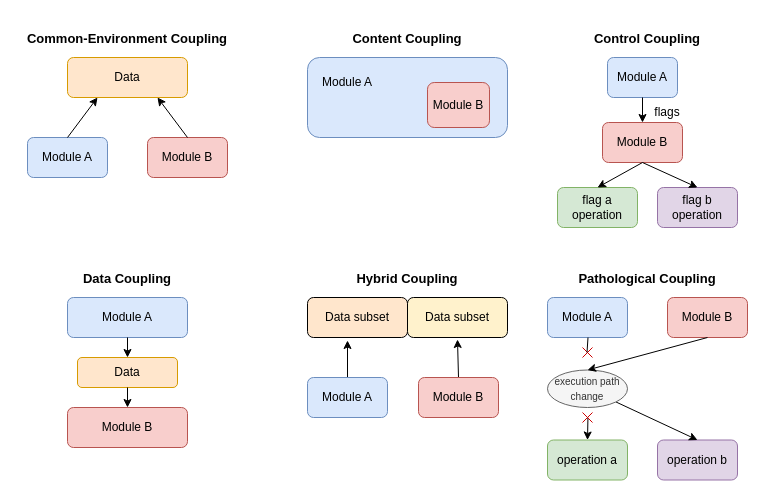
Above: notes/_media/module-coupling.drawio in lextoumbourou/notes (draw.io), before the change. Source tidied: cells renumbered, new cells numbered last; positions are measured from the earlier drawing's top-left corner, leaving out a move shared by most shapes. Both pictures are drawn from the tidied source at 100%, with x=0, y=0 at pixel (17, 17).
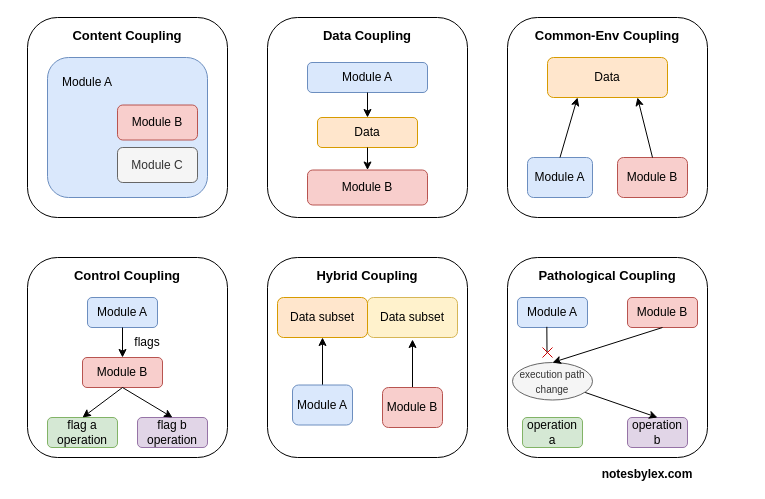
Above is the later version.

What changed in the source:
```diff
@@
+    <mxCell id="9" value="&lt;font style=&quot;font-size: 13px;&quot;&gt;Content Coupling&lt;/font&gt;" style="text;html=1;strokeColor=default;fillColor=none;align=center;verticalAlign=top;whiteSpace=wrap;rounded=1;fontSize=18;fontStyle=1;" parent="1" vertex="1">
+      <mxGeometry x="10" width="200" height="200" as="geometry" />
+    </mxCell>
+    <mxCell id="6" value="&lt;font style=&quot;font-size: 13px;&quot;&gt;Common-Env Coupling&lt;/font&gt;" style="text;html=1;strokeColor=default;fillColor=none;align=center;verticalAlign=top;whiteSpace=wrap;rounded=1;fontSize=18;fontStyle=1;" parent="1" vertex="1">
+      <mxGeometry x="490" width="200" height="200" as="geometry" />
+    </mxCell>
     <mxCell id="2" value="Module A" style="rounded=1;whiteSpace=wrap;html=1;fillColor=#dae8fc;strokeColor=#6c8ebf;" parent="1" vertex="1">
-      <mxGeometry x="10" y="120" width="80" height="40" as="geometry" />
+      <mxGeometry x="510" y="140" width="65" height="40" as="geometry" />
     </mxCell>
     <mxCell id="3" value="Module B" style="rounded=1;whiteSpace=wrap;html=1;fillColor=#f8cecc;strokeColor=#b85450;" parent="1" vertex="1">
-      <mxGeometry x="130" y="120" width="80" height="40" as="geometry" />
+      <mxGeometry x="600" y="140" width="70" height="40" as="geometry" />
     </mxCell>
@@
-    <mxCell id="6" value="&lt;font style=&quot;font-size: 13px;&quot;&gt;Common-Environment Coupling&lt;/font&gt;" style="text;html=1;strokeColor=none;fillColor=none;align=center;verticalAlign=middle;whiteSpace=wrap;rounded=0;fontSize=18;fontStyle=1;" parent="1" vertex="1">
-      <mxGeometry width="220" height="40" as="geometry" />
-    </mxCell>
     <mxCell id="7" value="Data" style="rounded=1;whiteSpace=wrap;html=1;fillColor=#ffe6cc;strokeColor=#d79b00;" parent="1" vertex="1">
-      <mxGeometry x="50" y="40" width="120" height="40" as="geometry" />
+      <mxGeometry x="530" y="40" width="120" height="40" as="geometry" />
     </mxCell>
     <mxCell id="8" style="rounded=1;whiteSpace=wrap;html=1;fillColor=#dae8fc;strokeColor=#6c8ebf;" parent="1" vertex="1">
-      <mxGeometry x="290" y="40" width="200" height="80" as="geometry" />
+      <mxGeometry x="30" y="40" width="160" height="140" as="geometry" />
     </mxCell>
-    <mxCell id="9" value="&lt;font style=&quot;font-size: 13px;&quot;&gt;Content Coupling&lt;/font&gt;" style="text;html=1;strokeColor=none;fillColor=none;align=center;verticalAlign=middle;whiteSpace=wrap;rounded=0;fontSize=18;fontStyle=1;" parent="1" vertex="1">
-      <mxGeometry x="290" width="200" height="40" as="geometry" />
-    </mxCell>
     <mxCell id="10" value="Module A" style="text;html=1;strokeColor=none;fillColor=none;align=center;verticalAlign=middle;whiteSpace=wrap;rounded=0;" parent="1" vertex="1">
-      <mxGeometry x="300" y="50" width="60" height="30" as="geometry" />
+      <mxGeometry x="40" y="50" width="60" height="30" as="geometry" />
     </mxCell>
     <mxCell id="11" value="Module B" style="rounded=1;whiteSpace=wrap;html=1;fillColor=#f8cecc;strokeColor=#b85450;" parent="1" vertex="1">
-      <mxGeometry x="410" y="65" width="62" height="45" as="geometry" />
+      <mxGeometry x="100" y="87.5" width="80" height="35" as="geometry" />
     </mxCell>
-    <mxCell id="12" value="&lt;font style=&quot;font-size: 13px;&quot;&gt;Control Coupling&lt;/font&gt;" style="text;html=1;strokeColor=none;fillColor=none;align=center;verticalAlign=middle;whiteSpace=wrap;rounded=0;fontSize=18;fontStyle=1;" parent="1" vertex="1">
-      <mxGeometry x="530" width="200" height="40" as="geometry" />
+    <mxCell id="12" value="&lt;font style=&quot;font-size: 13px;&quot;&gt;Control Coupling&lt;/font&gt;" style="text;html=1;strokeColor=default;fillColor=none;align=center;verticalAlign=top;whiteSpace=wrap;rounded=1;fontSize=18;fontStyle=1;" parent="1" vertex="1">
+      <mxGeometry x="10" y="240" width="200" height="200" as="geometry" />
     </mxCell>
     <mxCell id="13" value="Module A" style="rounded=1;whiteSpace=wrap;html=1;fillColor=#dae8fc;strokeColor=#6c8ebf;" parent="1" vertex="1">
-      <mxGeometry x="590" y="40" width="70" height="40" as="geometry" />
+      <mxGeometry x="70" y="280" width="70" height="30" as="geometry" />
     </mxCell>
     <mxCell id="14" value="Module B" style="rounded=1;whiteSpace=wrap;html=1;fillColor=#f8cecc;strokeColor=#b85450;" parent="1" vertex="1">
-      <mxGeometry x="585" y="105" width="80" height="40" as="geometry" />
+      <mxGeometry x="65" y="340" width="80" height="30" as="geometry" />
     </mxCell>
     <mxCell id="15" value="flag a operation" style="rounded=1;whiteSpace=wrap;html=1;fillColor=#d5e8d4;strokeColor=#82b366;" parent="1" vertex="1">
-      <mxGeometry x="540" y="170" width="80" height="40" as="geometry" />
+      <mxGeometry x="30" y="400" width="70" height="30" as="geometry" />
     </mxCell>
     <mxCell id="16" value="flag b operation" style="rounded=1;whiteSpace=wrap;html=1;fillColor=#e1d5e7;strokeColor=#9673a6;" parent="1" vertex="1">
-      <mxGeometry x="640" y="170" width="80" height="40" as="geometry" />
+      <mxGeometry x="120" y="400" width="70" height="30" as="geometry" />
     </mxCell>
@@
     <mxCell id="19" value="flags" style="text;html=1;strokeColor=none;fillColor=none;align=center;verticalAlign=middle;whiteSpace=wrap;rounded=0;" parent="1" vertex="1">
-      <mxGeometry x="630" y="80" width="40" height="30" as="geometry" />
+      <mxGeometry x="110" y="310" width="40" height="30" as="geometry" />
     </mxCell>
@@
-    <mxCell id="21" value="&lt;font style=&quot;font-size: 13px;&quot;&gt;Data Coupling&lt;/font&gt;" style="text;html=1;strokeColor=none;fillColor=none;align=center;verticalAlign=middle;whiteSpace=wrap;rounded=0;fontSize=18;fontStyle=1;" parent="1" vertex="1">
-      <mxGeometry x="10" y="240" width="200" height="40" as="geometry" />
+    <mxCell id="21" value="&lt;font style=&quot;font-size: 13px;&quot;&gt;Data Coupling&lt;/font&gt;" style="text;html=1;strokeColor=default;fillColor=none;align=center;verticalAlign=top;whiteSpace=wrap;rounded=1;fontSize=18;fontStyle=1;" parent="1" vertex="1">
+      <mxGeometry x="250" width="200" height="200" as="geometry" />
     </mxCell>
     <mxCell id="22" value="Module A" style="rounded=1;whiteSpace=wrap;html=1;fillColor=#dae8fc;strokeColor=#6c8ebf;" parent="1" vertex="1">
-      <mxGeometry x="50" y="280" width="120" height="40" as="geometry" />
+      <mxGeometry x="290" y="45" width="120" height="30" as="geometry" />
     </mxCell>
     <mxCell id="23" value="Module B" style="rounded=1;whiteSpace=wrap;html=1;fillColor=#f8cecc;strokeColor=#b85450;" parent="1" vertex="1">
-      <mxGeometry x="50" y="390" width="120" height="40" as="geometry" />
+      <mxGeometry x="290" y="152.5" width="120" height="35" as="geometry" />
     </mxCell>
@@
-    <mxCell id="25" value="&lt;font style=&quot;font-size: 13px;&quot;&gt;Hybrid Coupling&lt;/font&gt;" style="text;html=1;strokeColor=none;fillColor=none;align=center;verticalAlign=middle;whiteSpace=wrap;rounded=0;fontSize=18;fontStyle=1;" parent="1" vertex="1">
-      <mxGeometry x="290" y="240" width="200" height="40" as="geometry" />
+    <mxCell id="25" value="&lt;font style=&quot;font-size: 13px;&quot;&gt;Hybrid Coupling&lt;/font&gt;" style="text;html=1;strokeColor=default;fillColor=none;align=center;verticalAlign=top;whiteSpace=wrap;rounded=1;fontSize=18;fontStyle=1;" parent="1" vertex="1">
+      <mxGeometry x="250" y="240" width="200" height="200" as="geometry" />
     </mxCell>
-    <mxCell id="26" value="Data subset" style="text;html=1;strokeColor=default;fillColor=#fff2cc;align=center;verticalAlign=middle;whiteSpace=wrap;rounded=1;perimeterSpacing=2;" parent="1" vertex="1">
-      <mxGeometry x="390" y="280" width="100" height="40" as="geometry" />
+    <mxCell id="26" value="Data subset" style="text;html=1;strokeColor=#d6b656;fillColor=#fff2cc;align=center;verticalAlign=middle;whiteSpace=wrap;rounded=1;perimeterSpacing=2;" parent="1" vertex="1">
+      <mxGeometry x="350" y="280" width="90" height="40" as="geometry" />
     </mxCell>
-    <mxCell id="27" style="endArrow=classic;html=1;rounded=0;exitX=0.5;exitY=0;exitDx=0;exitDy=0;entryX=0.4;entryY=1.075;entryDx=0;entryDy=0;entryPerimeter=0;" parent="1" edge="1" source="29" target="43">
+    <mxCell id="27" style="endArrow=classic;html=1;rounded=0;entryX=0.5;entryY=1;entryDx=0;entryDy=0;" parent="1" edge="1" source="29" target="43">
       <mxGeometry relative="1" as="geometry" />
     </mxCell>
@@
     <mxCell id="29" value="Module A" style="rounded=1;whiteSpace=wrap;html=1;fillColor=#dae8fc;strokeColor=#6c8ebf;" parent="1" vertex="1">
-      <mxGeometry x="290" y="360" width="80" height="40" as="geometry" />
+      <mxGeometry x="275" y="367.5" width="60" height="40" as="geometry" />
     </mxCell>
     <mxCell id="30" value="Module B" style="rounded=1;whiteSpace=wrap;html=1;fillColor=#f8cecc;strokeColor=#b85450;" parent="1" vertex="1">
-      <mxGeometry x="401" y="360" width="80" height="40" as="geometry" />
+      <mxGeometry x="365" y="370" width="60" height="40" as="geometry" />
     </mxCell>
-    <mxCell id="31" value="&lt;font style=&quot;font-size: 13px;&quot;&gt;Pathological Coupling&lt;/font&gt;" style="text;html=1;strokeColor=none;fillColor=none;align=center;verticalAlign=middle;whiteSpace=wrap;rounded=0;fontSize=18;fontStyle=1;" parent="1" vertex="1">
-      <mxGeometry x="530" y="240" width="200" height="40" as="geometry" />
+    <mxCell id="31" value="&lt;font style=&quot;font-size: 13px;&quot;&gt;Pathological Coupling&lt;/font&gt;" style="text;html=1;strokeColor=default;fillColor=none;align=center;verticalAlign=top;whiteSpace=wrap;rounded=1;fontSize=18;fontStyle=1;" parent="1" vertex="1">
+      <mxGeometry x="490" y="240" width="200" height="200" as="geometry" />
     </mxCell>
     <mxCell id="32" value="Module B" style="rounded=1;whiteSpace=wrap;html=1;fillColor=#f8cecc;strokeColor=#b85450;" parent="1" vertex="1">
-      <mxGeometry x="650" y="280" width="80" height="40" as="geometry" />
+      <mxGeometry x="610" y="280" width="70" height="30" as="geometry" />
     </mxCell>
     <mxCell id="33" value="Module A" style="rounded=1;whiteSpace=wrap;html=1;fillColor=#dae8fc;strokeColor=#6c8ebf;" parent="1" vertex="1">
-      <mxGeometry x="530" y="280" width="80" height="40" as="geometry" />
+      <mxGeometry x="500" y="280" width="70" height="30" as="geometry" />
     </mxCell>
     <mxCell id="34" value="operation a" style="rounded=1;whiteSpace=wrap;html=1;fillColor=#d5e8d4;strokeColor=#82b366;" parent="1" vertex="1">
-      <mxGeometry x="530" y="422.5" width="80" height="40" as="geometry" />
+      <mxGeometry x="505" y="400" width="60" height="30" as="geometry" />
     </mxCell>
     <mxCell id="35" value="operation b" style="rounded=1;whiteSpace=wrap;html=1;fillColor=#e1d5e7;strokeColor=#9673a6;" parent="1" vertex="1">
-      <mxGeometry x="640" y="422.5" width="80" height="40" as="geometry" />
+      <mxGeometry x="610" y="400" width="60" height="30" as="geometry" />
     </mxCell>
@@
-    <mxCell id="37" style="endArrow=classic;html=1;rounded=0;entryX=0.5;entryY=0;entryDx=0;entryDy=0;exitX=0.544;exitY=0.522;exitDx=0;exitDy=0;exitPerimeter=0;" parent="1" edge="1" source="39" target="34">
-      <mxGeometry relative="1" as="geometry" />
-    </mxCell>
     <mxCell id="38" value="&lt;font style=&quot;font-size: 10px;&quot;&gt;execution path change&lt;/font&gt;" style="ellipse;whiteSpace=wrap;html=1;fillColor=#f5f5f5;fontColor=#333333;strokeColor=#666666;" parent="1" vertex="1">
-      <mxGeometry x="530" y="352.5" width="80" height="37.5" as="geometry" />
+      <mxGeometry x="495" y="345" width="80" height="37.5" as="geometry" />
     </mxCell>
-    <mxCell id="39" style="shape=mxgraph.sysml.x;fontColor=#CC0000;strokeColor=#CC0000;" parent="1" vertex="1">
-      <mxGeometry x="565" y="395" width="10" height="10" as="geometry" />
-    </mxCell>
-    <mxCell id="40" style="shape=mxgraph.sysml.x;fontColor=#CC0000;strokeColor=#CC0000;" parent="1" vertex="1">
-      <mxGeometry x="565" y="330" width="10" height="10" as="geometry" />
-    </mxCell>
-    <mxCell id="41" style="endArrow=none;html=1;rounded=0;" parent="1" edge="1">
+    <mxCell id="41" style="endArrow=none;html=1;rounded=0;entryX=0.419;entryY=0.978;entryDx=0;entryDy=0;entryPerimeter=0;" parent="1" edge="1" target="33">
       <mxGeometry relative="1" as="geometry">
-        <mxPoint x="569.5" y="335" as="sourcePoint" />
-        <mxPoint x="570.5" y="320" as="targetPoint" />
+        <mxPoint x="529.5" y="335" as="sourcePoint" />
       </mxGeometry>
     </mxCell>
@@
-    <mxCell id="43" value="Data subset" style="text;html=1;strokeColor=default;fillColor=#ffe6cc;align=center;verticalAlign=middle;whiteSpace=wrap;rounded=1;" parent="1" vertex="1">
-      <mxGeometry x="290" y="280" width="100" height="40" as="geometry" />
+    <mxCell id="43" value="Data subset" style="text;html=1;strokeColor=#d79b00;fillColor=#ffe6cc;align=center;verticalAlign=middle;whiteSpace=wrap;rounded=1;" parent="1" vertex="1">
+      <mxGeometry x="260" y="280" width="90" height="40" as="geometry" />
     </mxCell>
     <mxCell id="44" value="Data" style="rounded=1;whiteSpace=wrap;html=1;fillColor=#ffe6cc;strokeColor=#d79b00;" parent="1" vertex="1">
-      <mxGeometry x="60" y="340" width="100" height="30" as="geometry" />
+      <mxGeometry x="300" y="100" width="100" height="30" as="geometry" />
     </mxCell>
@@
+    <mxCell id="40" style="shape=mxgraph.sysml.x;fontColor=#CC0000;strokeColor=#CC0000;" parent="1" vertex="1">
+      <mxGeometry x="525" y="330" width="10" height="10" as="geometry" />
+    </mxCell>
+    <mxCell id="46" value="Module C" style="rounded=1;whiteSpace=wrap;html=1;fillColor=#f5f5f5;strokeColor=#666666;fontColor=#333333;" parent="1" vertex="1">
+      <mxGeometry x="100" y="130" width="80" height="35" as="geometry" />
+    </mxCell>
+    <mxCell id="47" value="notesbylex.com" style="text;html=1;strokeColor=none;fillColor=none;align=center;verticalAlign=middle;whiteSpace=wrap;rounded=0;fontStyle=1;" parent="1" vertex="1">
+      <mxGeometry x="570" y="449.5" width="120" height="15" as="geometry" />
+    </mxCell>
```
